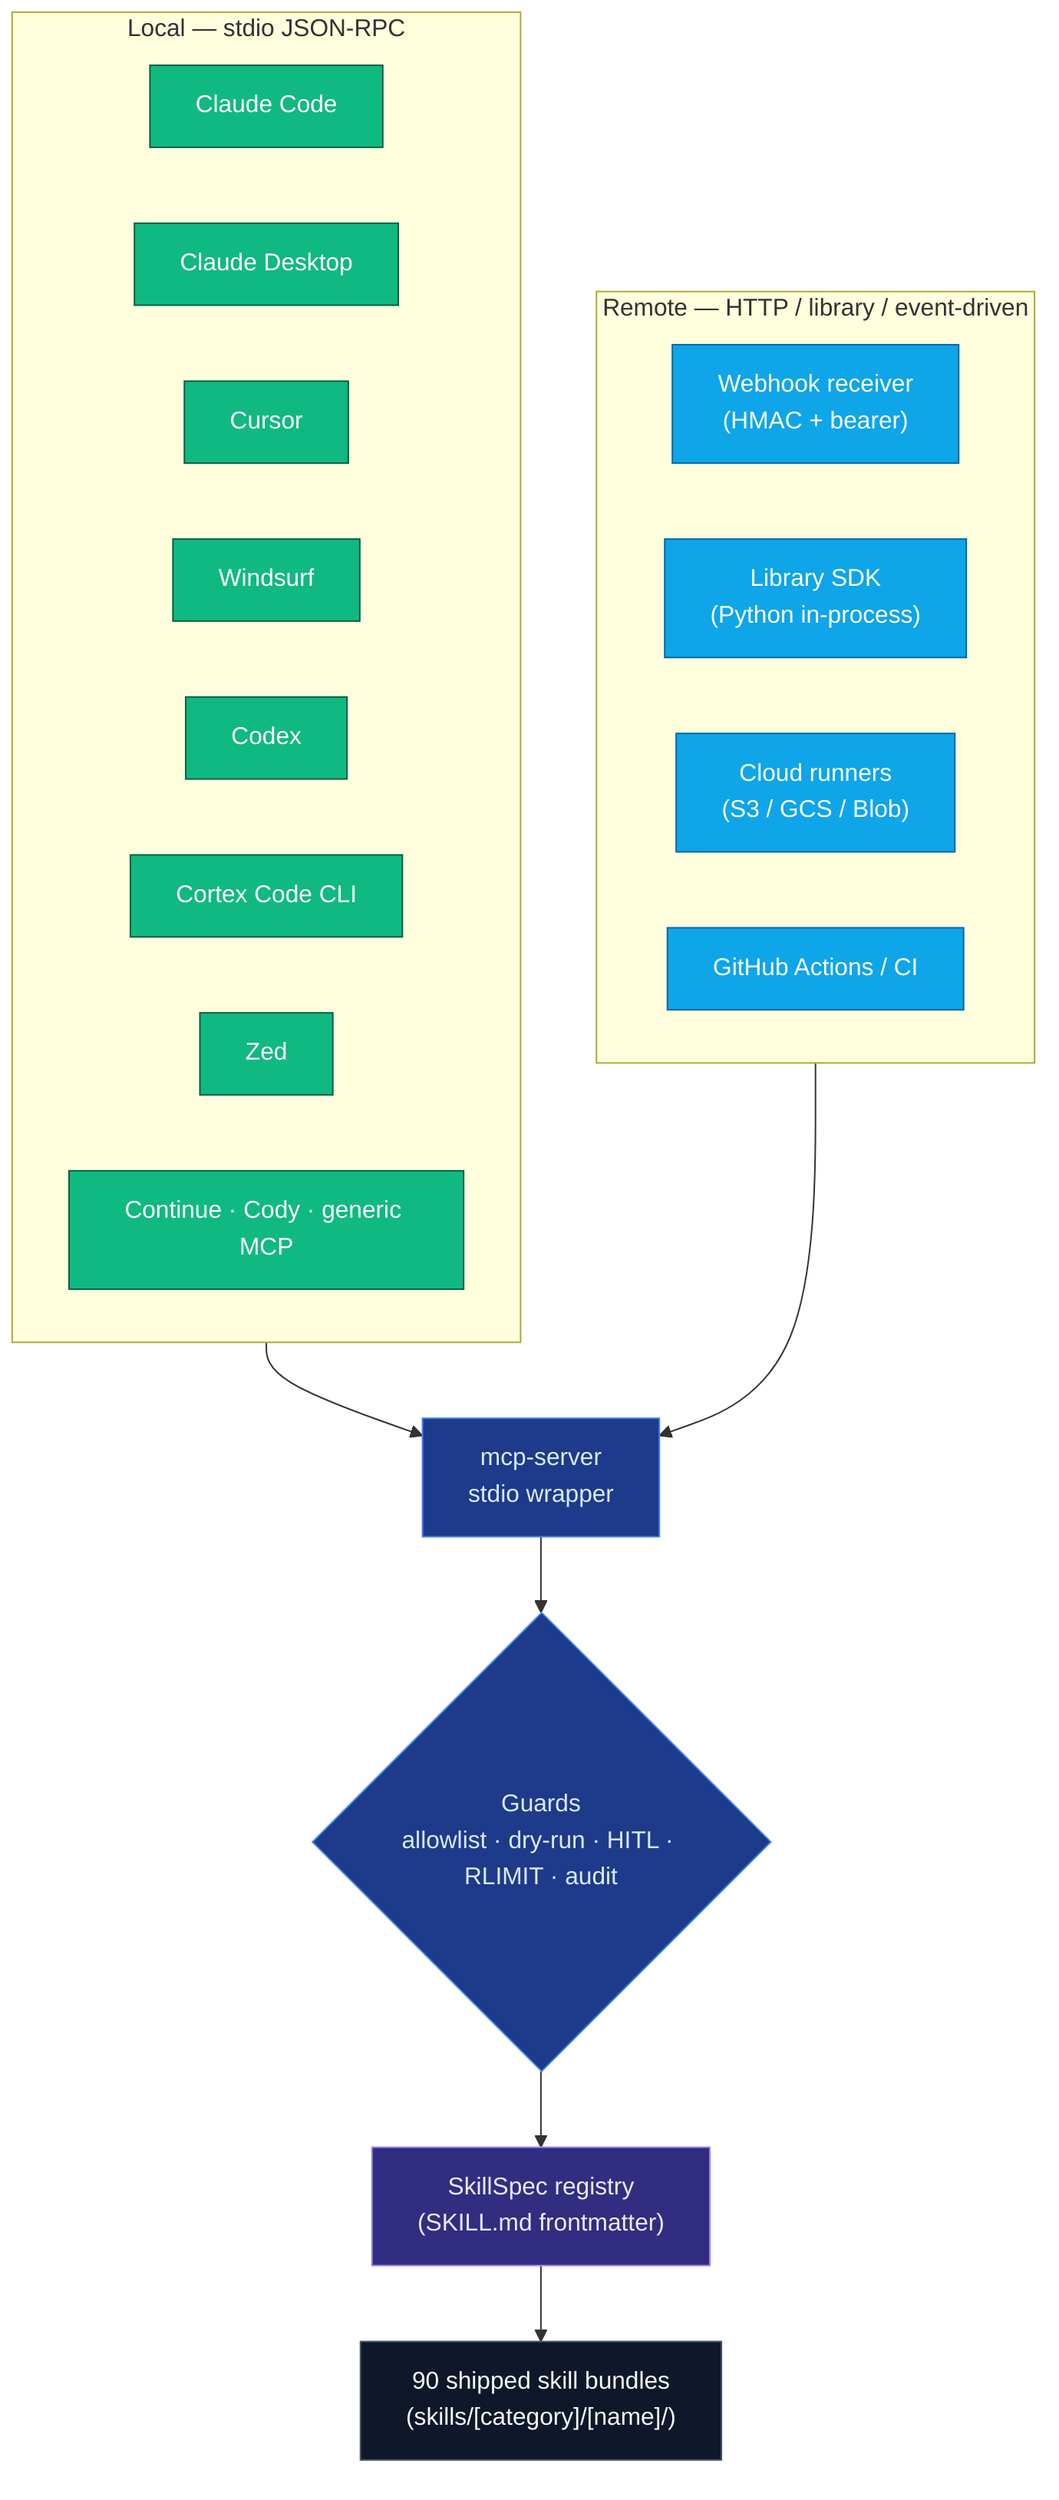
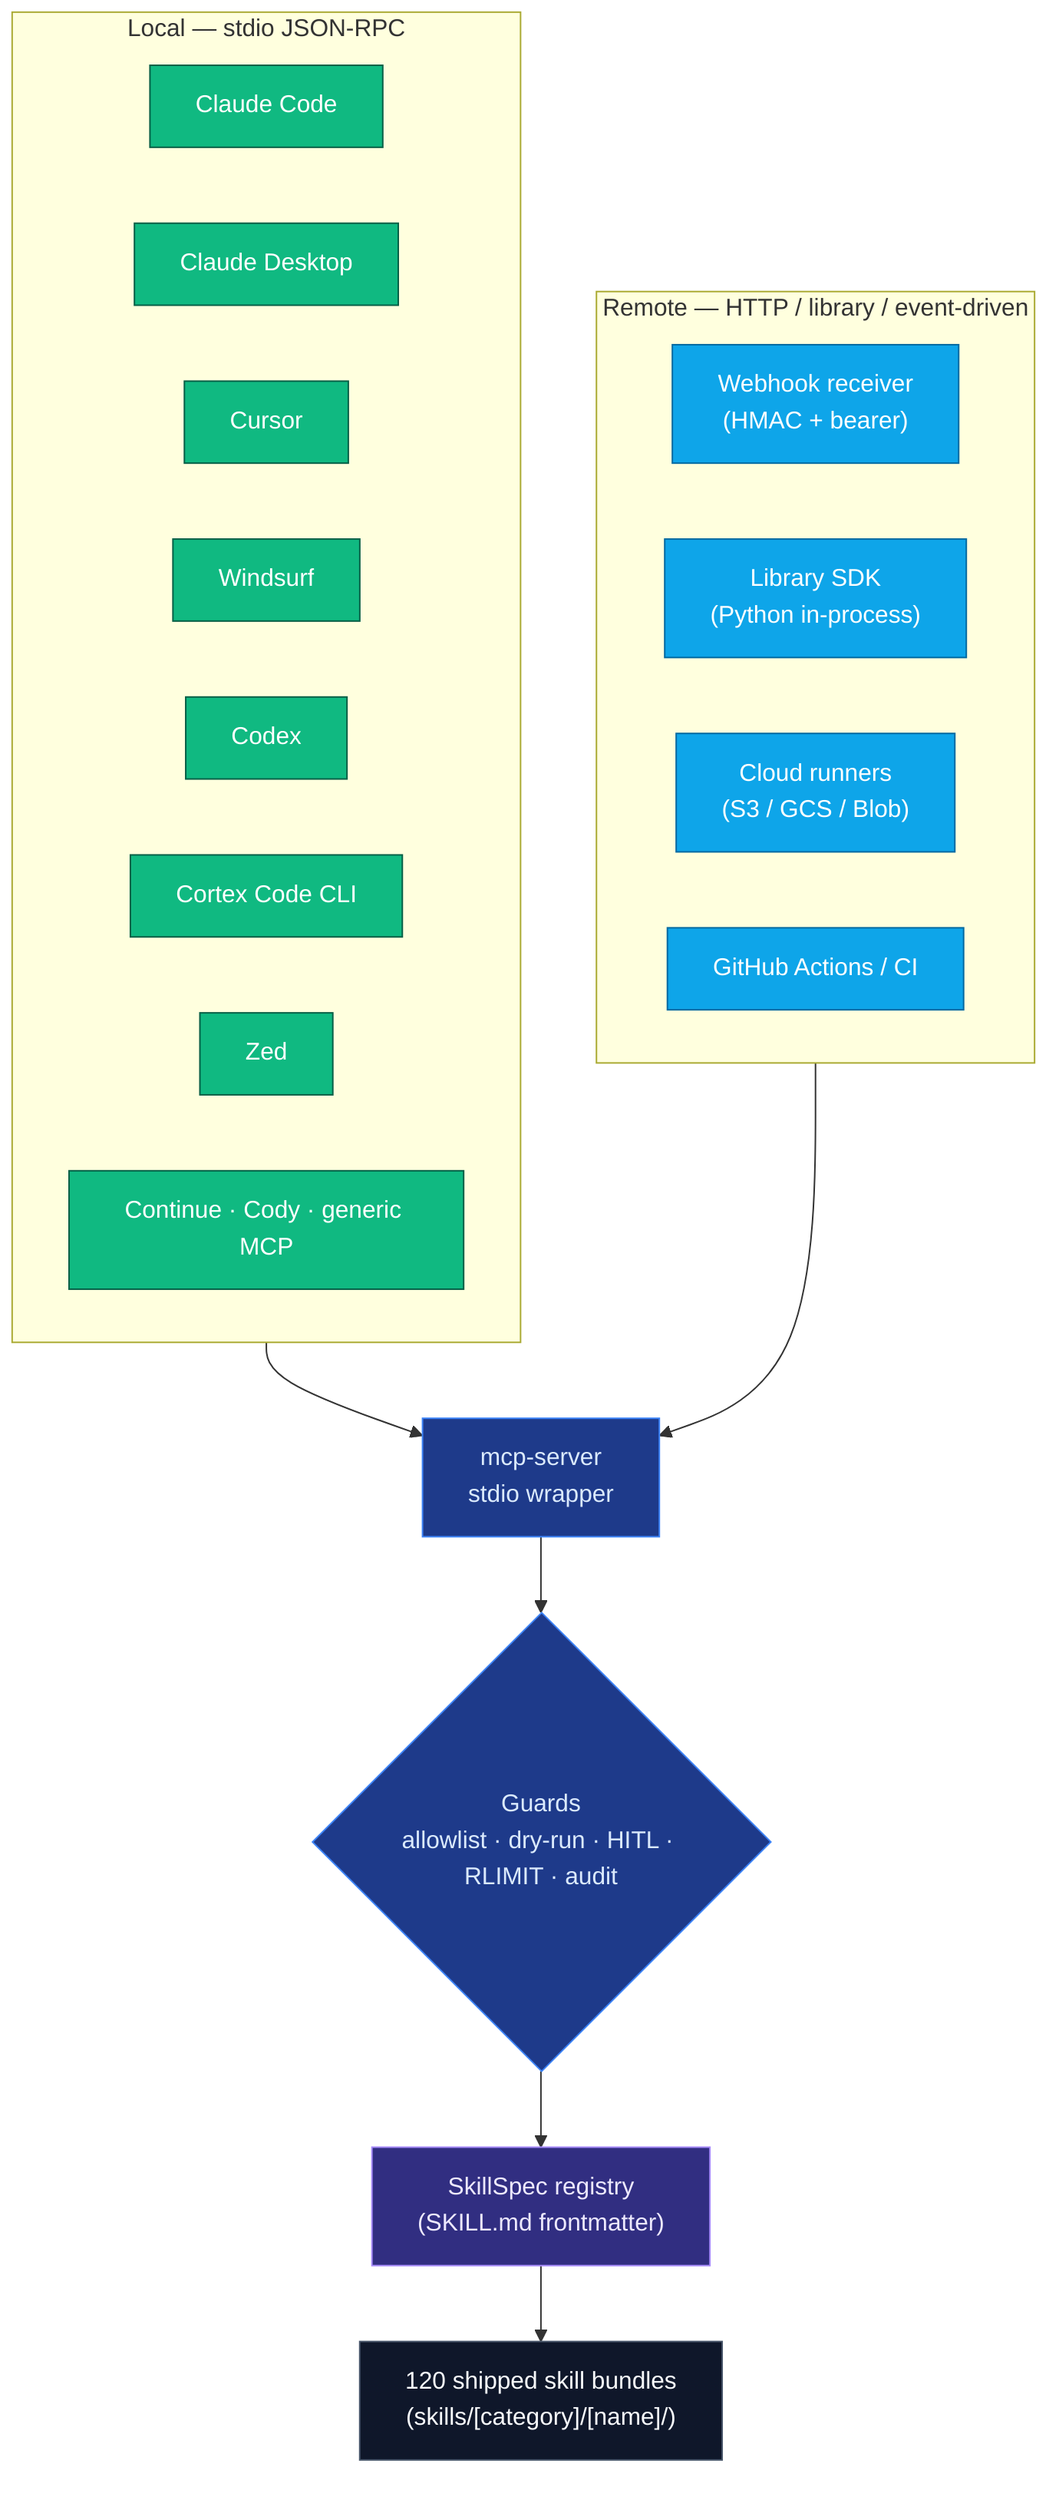
%% Agent topology — every shipped surface that runs the same
%% SKILL.md + src/ + tests/ bundle. Local clients use stdio; remote
%% clients use the webhook receiver or library SDK. Both paths
%% terminate at the same shipped tool registry.
flowchart TB
  classDef local fill:#10b981,stroke:#065f46,color:#ffffff
  classDef remote fill:#0ea5e9,stroke:#0369a1,color:#ffffff
  classDef wrap fill:#1e3a8a,stroke:#3b82f6,color:#dbeafe
  classDef registry fill:#312e81,stroke:#a78bfa,color:#ede9fe
  classDef skills fill:#0f172a,stroke:#475569,color:#f8fafc

  subgraph Local["Local — stdio JSON-RPC"]
    direction LR
    cc["Claude Code"]:::local
    cd["Claude Desktop"]:::local
    cur["Cursor"]:::local
    ws["Windsurf"]:::local
    cdx["Codex"]:::local
    ctx["Cortex Code CLI"]:::local
    zed["Zed"]:::local
    cont["Continue · Cody · generic MCP"]:::local
  end

  subgraph Remote["Remote — HTTP / library / event-driven"]
    direction LR
    web["Webhook receiver<br/>(HMAC + bearer)"]:::remote
    lib["Library SDK<br/>(Python in-process)"]:::remote
    runner["Cloud runners<br/>(S3 / GCS / Blob)"]:::remote
    ci["GitHub Actions / CI"]:::remote
  end

  Local --> mcp["mcp-server<br/>stdio wrapper"]:::wrap
  Remote --> mcp

  mcp --> guards{"Guards<br/>allowlist · dry-run · HITL · RLIMIT · audit"}:::wrap
  guards --> reg["SkillSpec registry<br/>(SKILL.md frontmatter)"]:::registry
-   reg --> skills["90 shipped skill bundles<br/>(skills/[category]/[name]/)"]:::skills
+   reg --> skills["120 shipped skill bundles<br/>(skills/[category]/[name]/)"]:::skills
